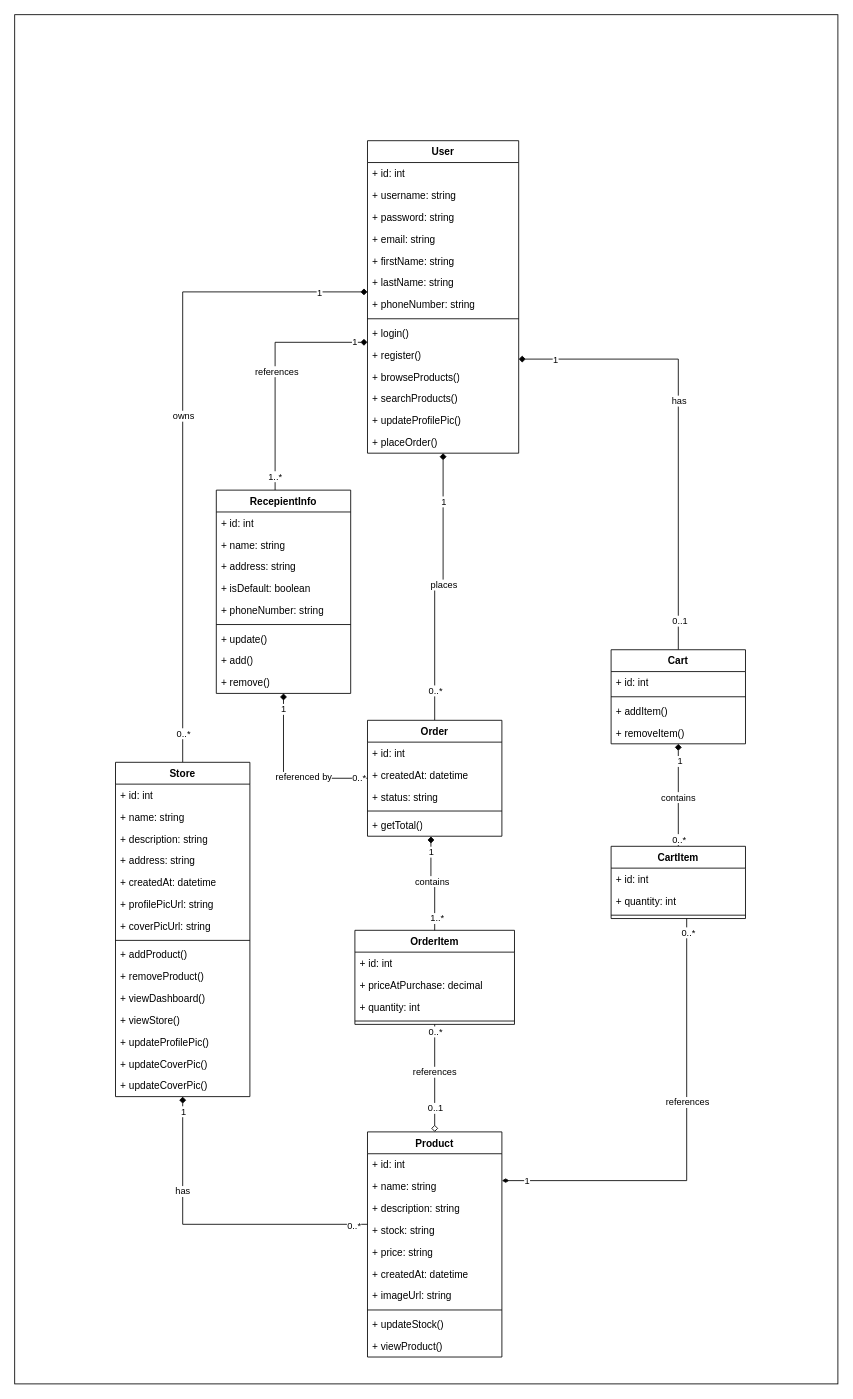
Before: page "Class Diagram" (2 of 2) of E-Commerce API Use-case diagram.drawio in RHILIUS/drawio, a draw.io diagram. Source tidied: cells renumbered, new cells numbered last; positions are measured from the earlier drawing's top-left corner, leaving out a move shared by most shapes. Both pictures are drawn from the tidied source at 84%, with x=0, y=0 at pixel (14, 14).
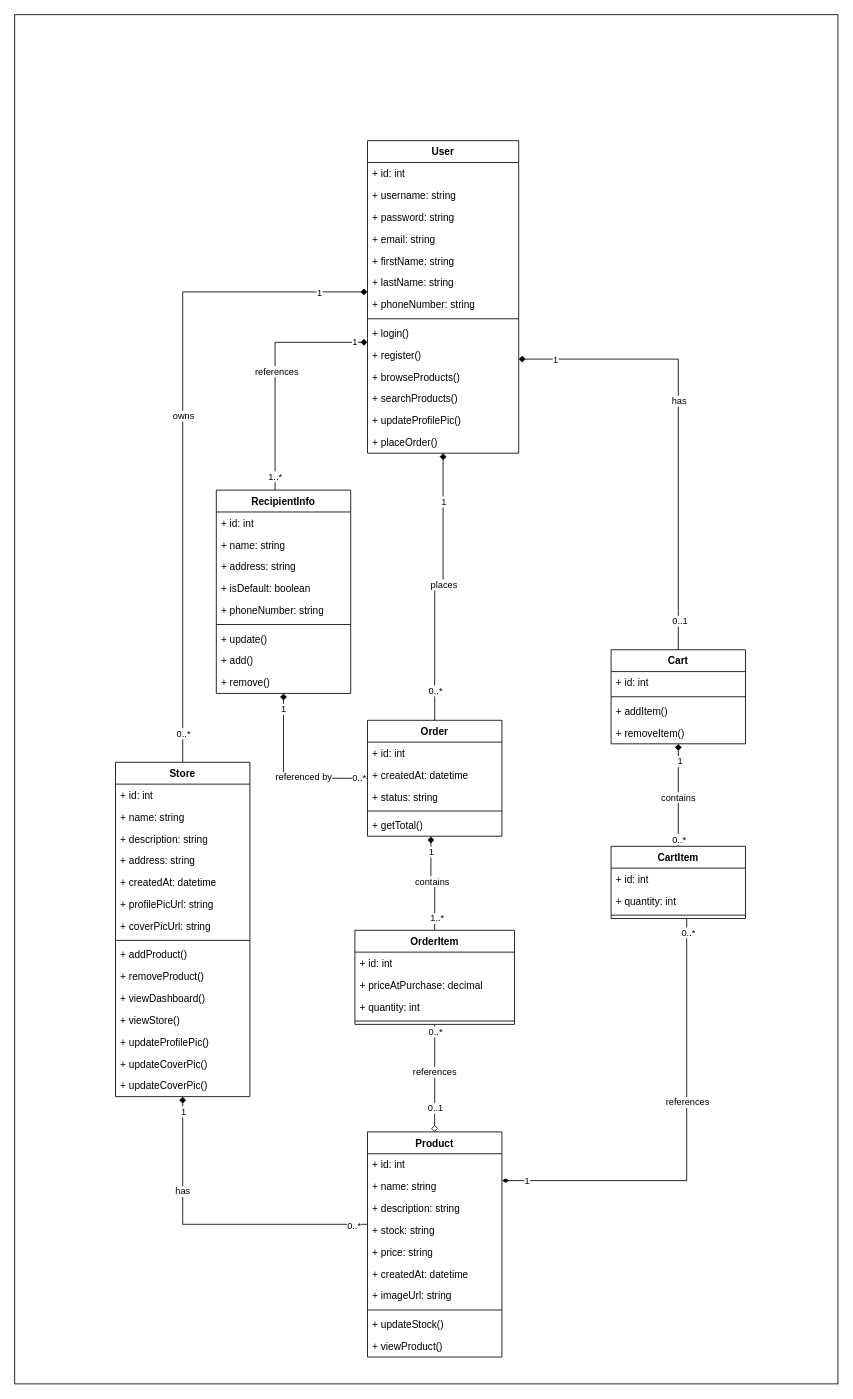
Above is the later version.

Commit message:
refactor: correct entity name fspelling from RecepientInfo to RecipientInfo

Diff of the diagram source:
```diff
@@
-    <mxCell id="105" value="RecepientInfo" style="swimlane;fontStyle=1;align=center;verticalAlign=top;horizontal=1;startSize=26;whiteSpace=wrap;html=1;" parent="1" vertex="1">
+    <mxCell id="105" value="RecipientInfo" style="swimlane;fontStyle=1;align=center;verticalAlign=top;horizontal=1;startSize=26;whiteSpace=wrap;html=1;" parent="1" vertex="1">
       <mxGeometry x="240" y="566" width="160" height="242" as="geometry" />
     </mxCell>
```
